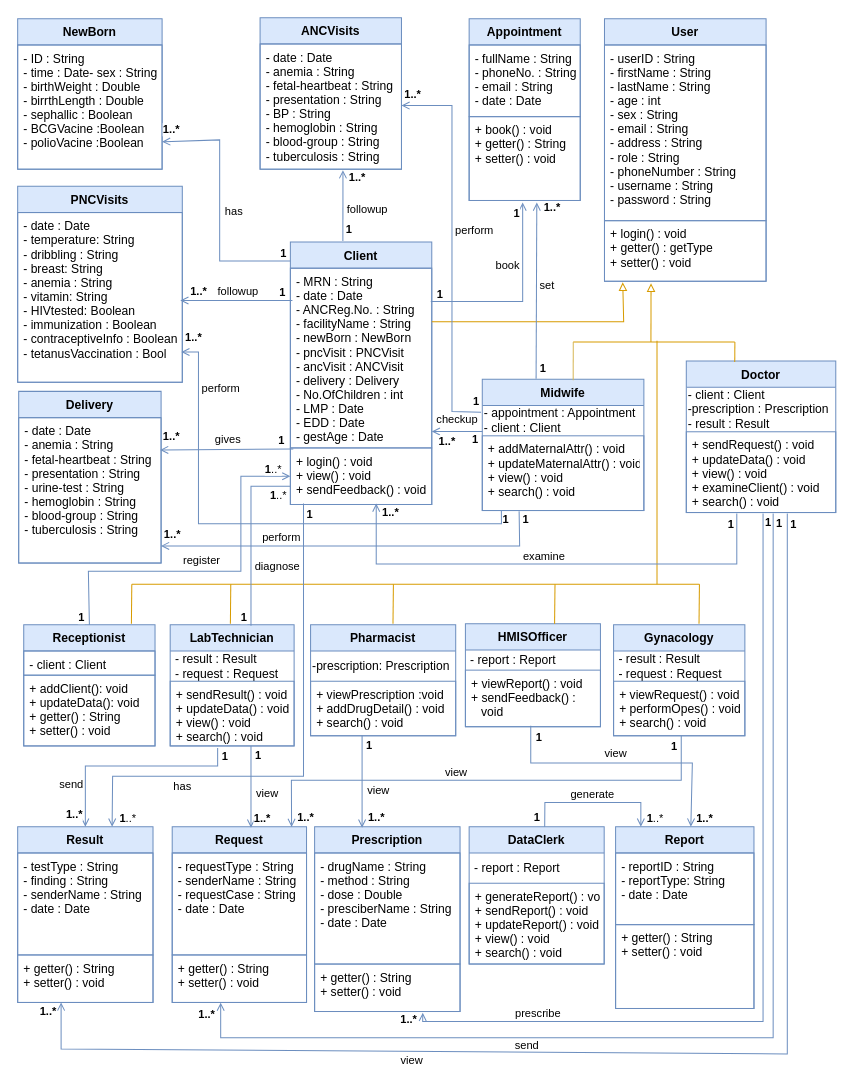
Above: Detailed Class Diagram.drawio in fasil712/UML_Diagram_Design (draw.io), before the change. Source tidied: cells renumbered, new cells numbered last; positions are measured from the earlier drawing's top-left corner, leaving out a move shared by most shapes. Both pictures are drawn from the tidied source at 101%, with x=0, y=0 at pixel (17, 17).
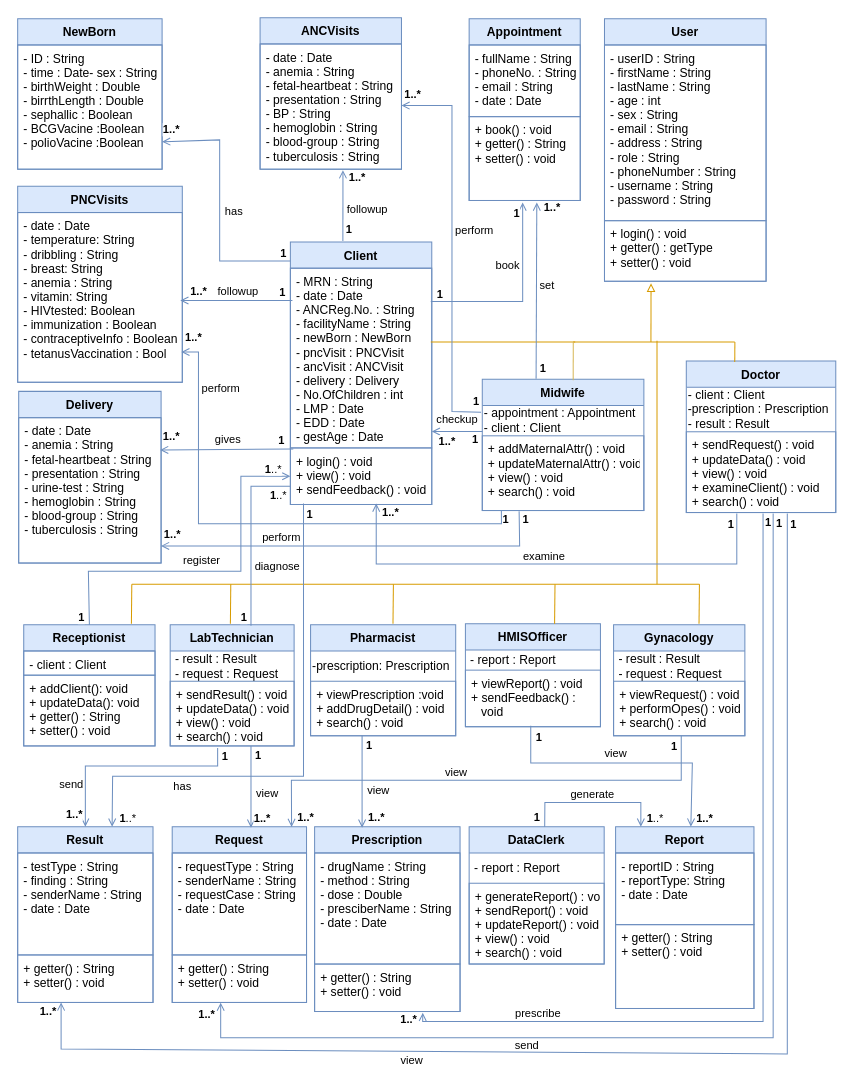
The same diagram, later.

Unchanged cells that the change refers to:
```xml
<mxCell id="4" value="+ login() : void&#10;+ getter() : getType&#10;+ setter() : void" style="text;strokeColor=#6C8EBF;fillColor=none;align=left;verticalAlign=top;spacingLeft=4;spacingRight=4;overflow=hidden;points=[[0,0.5],[1,0.5]];portConstraint=eastwest;strokeWidth=1;spacingTop=0;fontSize=12;" parent="2" vertex="1">
  <mxGeometry y="200" width="160" height="60" as="geometry" />
</mxCell>
```

Change to the diagram source:
```diff
@@
-    <mxCell id="50" style="endArrow=none;html=1;rounded=0;fontSize=11;strokeWidth=1;exitX=0.113;exitY=1.017;exitDx=0;exitDy=0;startArrow=block;startFill=0;fillColor=#ffe6cc;strokeColor=#d79b00;exitPerimeter=0;" parent="1" edge="1" source="4">
+    <mxCell id="50" style="endArrow=none;html=1;rounded=0;fontSize=11;strokeWidth=1;startArrow=none;startFill=0;fillColor=#ffe6cc;strokeColor=#d79b00;" parent="1" edge="1">
       <mxGeometry relative="1" as="geometry">
-        <mxPoint x="410" y="301" as="targetPoint" />
-        <Array as="points">
-          <mxPoint x="600" y="301" />
-        </Array>
+        <mxPoint x="552" y="321" as="sourcePoint" />
+        <mxPoint x="409" y="321" as="targetPoint" />
       </mxGeometry>
     </mxCell>
```
